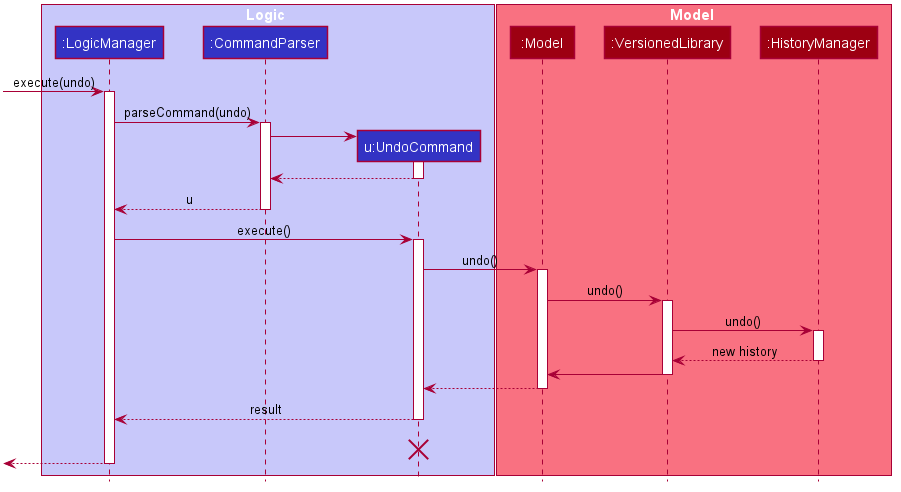
Before: docs/images/UndoSequenceDiagram.png, a diagram exported from PlantUML (pennhanlee/tp).
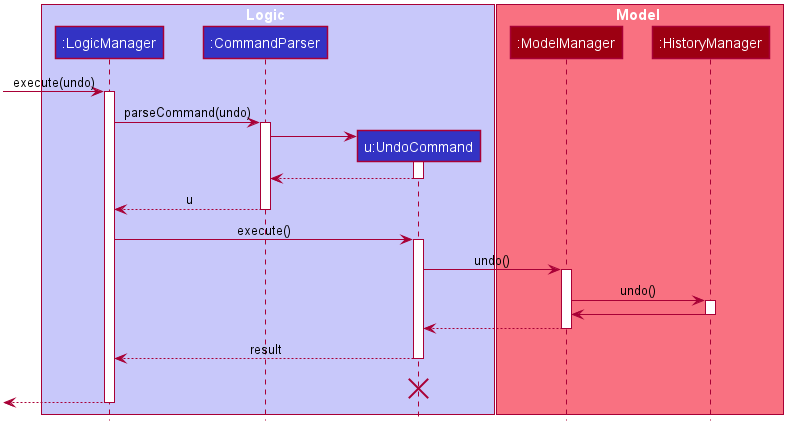
Above is the later version.

Commit message:
Update DG for undo/redo

The edit, as a diff of the source:
```diff
@@ -1,4 +1,5 @@
 @startuml
+
 
 
 
@@ -55,8 +56,7 @@
 end box
 
 box Model #F97181
-participant ":Model" as Model #9D0012
-participant ":VersionedLibrary" as VersionedLibrary #9D0012
+participant ":ModelManager" as ModelManager #9D0012
 participant ":HistoryManager" as HistoryManager #9D0012
 end box
 [-> LogicManager : execute(undo)
@@ -78,23 +78,17 @@
 LogicManager -> UndoCommand : execute()
 activate UndoCommand
 
-UndoCommand -> Model : undo()
-activate Model
+UndoCommand -> ModelManager : undo()
+activate ModelManager
 
-Model -> VersionedLibrary : undo()
-activate VersionedLibrary
-
-VersionedLibrary -> HistoryManager : undo()
+ModelManager -> HistoryManager : undo()
 activate HistoryManager
 
-HistoryManager --> VersionedLibrary : new history
+HistoryManager -> ModelManager :
 deactivate HistoryManager
 
-VersionedLibrary -> Model
-deactivate VersionedLibrary
-
-Model --> UndoCommand
-deactivate Model
+ModelManager --> UndoCommand
+deactivate ModelManager
 
 UndoCommand --> LogicManager : result
 deactivate UndoCommand
```
